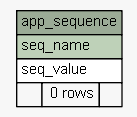
Above: docs/database/schemaspy/graphs/summary/app_sequence.1degree.png in engineerscraft/hrms (Graphviz), before the change. Its source is kept beside it as docs/database/schemaspy/graphs/summary/app_sequence.1degree.dot.
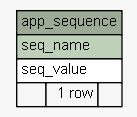
After the change.

What changed in the source:
```diff
@@ -17,7 +17,7 @@
       <TR><TD PORT="app_sequence.heading" COLSPAN="3" BGCOLOR="#9bab96" ALIGN="CENTER">app_sequence</TD></TR>
       <TR><TD PORT="seq_name" COLSPAN="3" BGCOLOR="#bed1b8" ALIGN="LEFT">seq_name</TD></TR>
       <TR><TD PORT="seq_value" COLSPAN="3" ALIGN="LEFT">seq_value</TD></TR>
-      <TR><TD ALIGN="LEFT" BGCOLOR="#f7f7f7">  </TD><TD ALIGN="RIGHT" BGCOLOR="#f7f7f7">0 rows</TD><TD ALIGN="RIGHT" BGCOLOR="#f7f7f7">  </TD></TR>
+      <TR><TD ALIGN="LEFT" BGCOLOR="#f7f7f7">  </TD><TD ALIGN="RIGHT" BGCOLOR="#f7f7f7">1 row</TD><TD ALIGN="RIGHT" BGCOLOR="#f7f7f7">  </TD></TR>
     </TABLE>>
     URL="tables/app_sequence.html#"
     tooltip="app_sequence"
```
